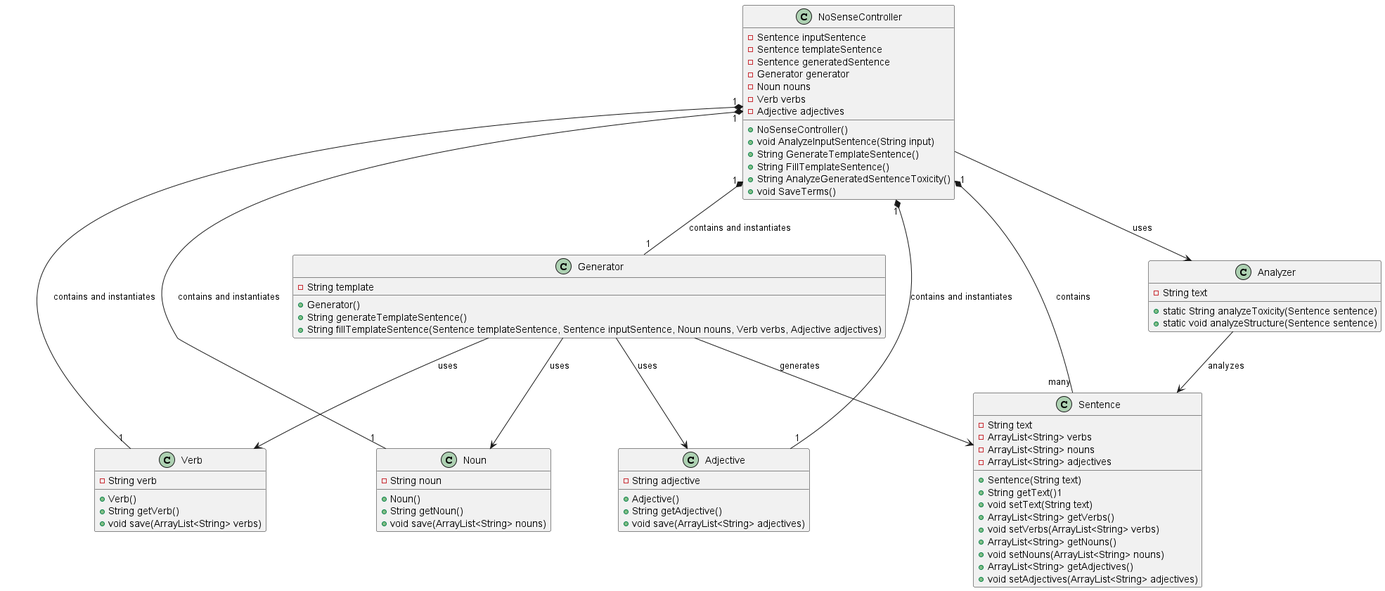
Before: docs/classdiagram.png, a diagram exported from PlantUML (Giovi2004/NoSenseGenerator).
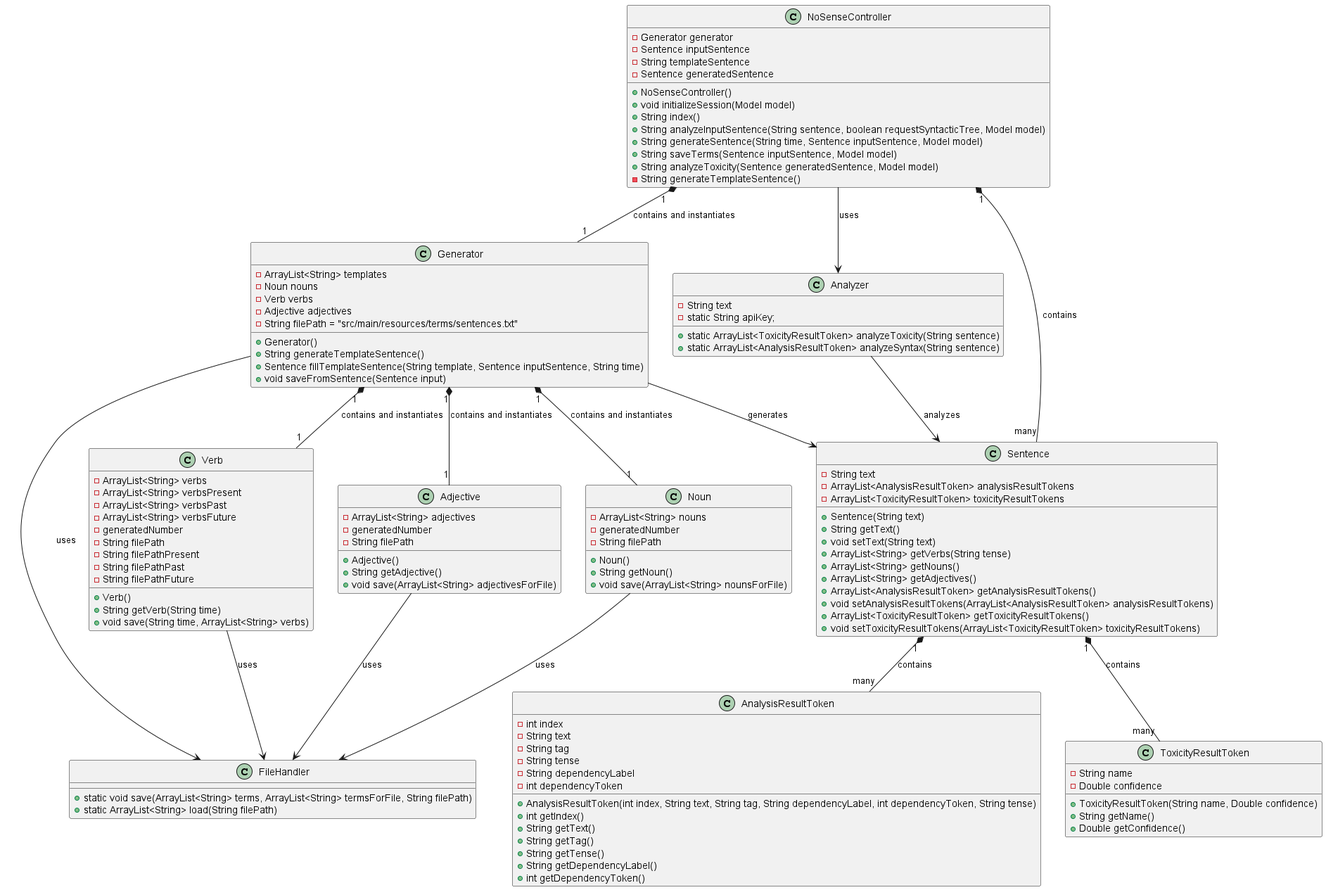
After the commit.

Commit message:
EDIT - class diagram png

Change to the diagram source:
```diff
@@ -1,75 +1,125 @@
 @startuml
 class NoSenseController {
+    -Generator generator
     -Sentence inputSentence
-    -Sentence templateSentence
+    -String templateSentence
     -Sentence generatedSentence
-    -Generator generator
+    +NoSenseController()
+    +void initializeSession(Model model)
+    +String index()
+    +String analyzeInputSentence(String sentence, boolean requestSyntacticTree, Model model)
+    +String generateSentence(String time, Sentence inputSentence, Model model)
+    +String saveTerms(Sentence inputSentence, Model model)
+    +String analyzeToxicity(Sentence generatedSentence, Model model)
+    -String generateTemplateSentence()
+}
+
+class Noun {
+    -ArrayList<String> nouns
+    -generatedNumber
+    -String filePath
+    +Noun()
+    +String getNoun()
+    +void save(ArrayList<String> nounsForFile)
+}
+class Verb {
+    -ArrayList<String> verbs
+    -ArrayList<String> verbsPresent
+    -ArrayList<String> verbsPast
+    -ArrayList<String> verbsFuture
+    -generatedNumber
+    -String filePath
+    -String filePathPresent
+    -String filePathPast
+    -String filePathFuture
+    +Verb()
+    +String getVerb(String time)
+    +void save(String time, ArrayList<String> verbs)
+}
+class Adjective {
+    -ArrayList<String> adjectives
+    -generatedNumber
+    -String filePath
+    +Adjective()
+    +String getAdjective()
+    +void save(ArrayList<String> adjectivesForFile)
+}
+class Sentence {
+    -String text
+    -ArrayList<AnalysisResultToken> analysisResultTokens
+    -ArrayList<ToxicityResultToken> toxicityResultTokens
+    +Sentence(String text)
+    +String getText()
+    +void setText(String text)
+    +ArrayList<String> getVerbs(String tense)
+    +ArrayList<String> getNouns()
+    +ArrayList<String> getAdjectives()
+    +ArrayList<AnalysisResultToken> getAnalysisResultTokens()
+    +void setAnalysisResultTokens(ArrayList<AnalysisResultToken> analysisResultTokens)
+    +ArrayList<ToxicityResultToken> getToxicityResultTokens()
+    +void setToxicityResultTokens(ArrayList<ToxicityResultToken> toxicityResultTokens)
+}
+
+class Generator {
+    -ArrayList<String> templates
     -Noun nouns
     -Verb verbs
     -Adjective adjectives
-    +NoSenseController()
-    +void AnalyzeInputSentence(String input)
-    +String GenerateTemplateSentence()
-    +String FillTemplateSentence()
-    +String AnalyzeGeneratedSentenceToxicity()
-    +void SaveTerms()
+    -String filePath = "src/main/resources/terms/sentences.txt"
+    +Generator()
+    +String generateTemplateSentence()
+    +Sentence fillTemplateSentence(String template, Sentence inputSentence, String time)
+    +void saveFromSentence(Sentence input)
 }
 
-class Noun {
-    -String noun
-    +Noun()
-    +String getNoun()
-    +void save(ArrayList<String> nouns)
-}
-class Verb {
-    -String verb
-    +Verb()
-    +String getVerb()
-    +void save(ArrayList<String> verbs)
-}
-class Adjective {
-    -String adjective
-    +Adjective()
-    +String getAdjective()
-    +void save(ArrayList<String> adjectives)
-}
-class Sentence {
-    -String text
-    -ArrayList<String> verbs
-    -ArrayList<String> nouns
-    -ArrayList<String> adjectives
-    +Sentence(String text)
-    +String getText()1
-    +void setText(String text)
-    +ArrayList<String> getVerbs()
-    +void setVerbs(ArrayList<String> verbs)
-    +ArrayList<String> getNouns()
-    +void setNouns(ArrayList<String> nouns)
-    +ArrayList<String> getAdjectives()
-    +void setAdjectives(ArrayList<String> adjectives)
-}
-class Generator {
-    -String template
-    +Generator()
-    +String generateTemplateSentence()
-    +String fillTemplateSentence(Sentence templateSentence, Sentence inputSentence, Noun nouns, Verb verbs, Adjective adjectives)
-}
 class Analyzer {
     -String text
-    +static String analyzeToxicity(Sentence sentence)
-    +static void analyzeStructure(Sentence sentence)
+    -static String apiKey;
+    +static ArrayList<ToxicityResultToken> analyzeToxicity(String sentence)
+    +static ArrayList<AnalysisResultToken> analyzeSyntax(String sentence)
+}
+class AnalysisResultToken {
+    -int index
+    -String text
+    -String tag
+    -String tense
+    -String dependencyLabel
+    -int dependencyToken
+    +AnalysisResultToken(int index, String text, String tag, String dependencyLabel, int dependencyToken, String tense)
+    +int getIndex()
+    +String getText()
+    +String getTag()
+    +String getTense()
+    +String getDependencyLabel()
+    +int getDependencyToken()
 }
 
+class FileHandler {
+    +static void save(ArrayList<String> terms, ArrayList<String> termsForFile, String filePath)
+    +static ArrayList<String> load(String filePath)
+}
+class ToxicityResultToken {
+    -String name
+    -Double confidence
+    +ToxicityResultToken(String name, Double confidence)
+    +String getName()
+    +Double getConfidence()
+}
+
+
 NoSenseController "1" *-- "many" Sentence : contains
-Generator --> Noun : uses
-Generator --> Verb : uses
-Generator --> Adjective : uses
 Generator -->Sentence : generates
 NoSenseController --> Analyzer : uses
 Analyzer --> Sentence : analyzes
-NoSenseController "1" *-- "1" Noun : contains and instantiates
-NoSenseController "1" *-- "1" Verb : contains and instantiates
-NoSenseController "1" *-- "1" Adjective : contains and instantiates
+Generator "1" *-- "1" Noun : contains and instantiates
+Generator "1" *-- "1" Verb : contains and instantiates
+Generator "1" *-- "1" Adjective : contains and instantiates
 NoSenseController "1" *-- "1" Generator : contains and instantiates
+Noun  --> FileHandler : uses
+Verb  --> FileHandler : uses
+Adjective  --> FileHandler : uses
+Generator  --> FileHandler : uses
+Sentence "1" *-- "many" AnalysisResultToken : contains
+Sentence "1" *-- "many" ToxicityResultToken : contains
 
 @enduml
```
